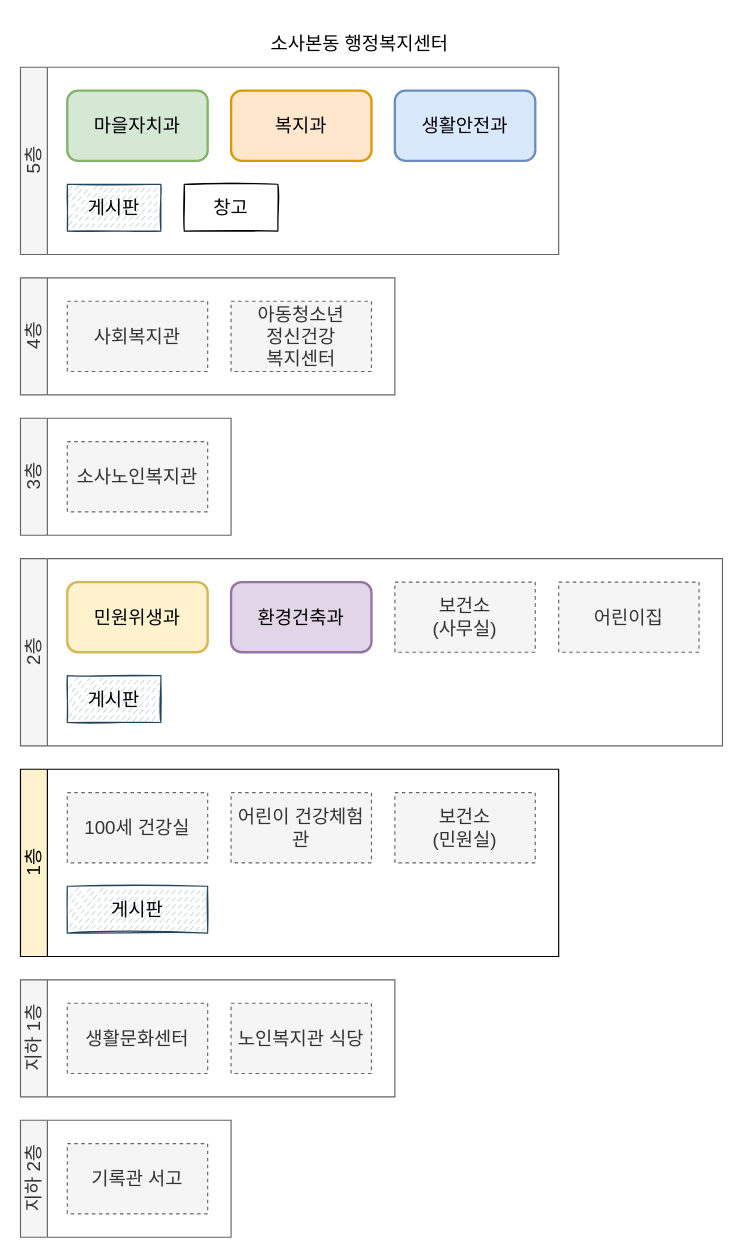
This is 업무.drawio from airtnqls/airtnqls.github.io, a draw.io file, before an edit. Source tidied: cells renumbered, new cells numbered last; positions are measured from the earlier drawing's top-left corner, leaving out a move shared by most shapes. Both pictures are drawn from the tidied source at 117%, with x=0, y=0 at pixel (20, 20).
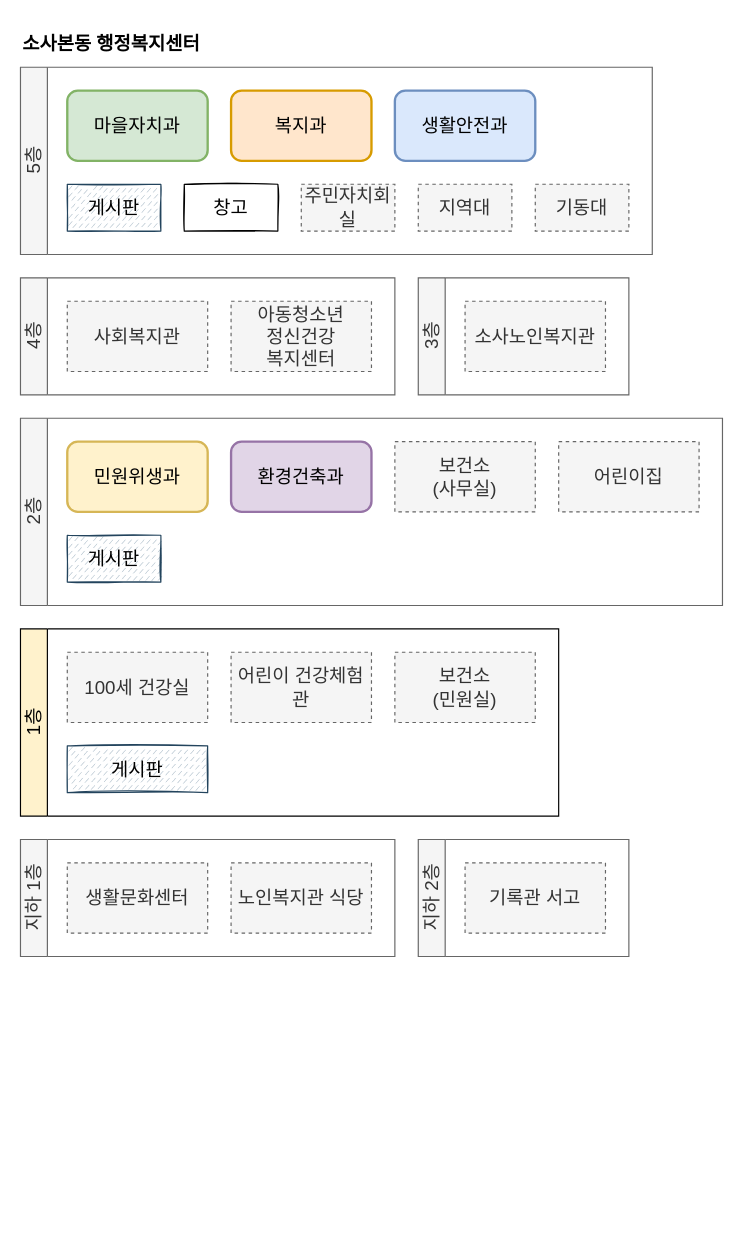
Above is the later version.

Commit message (it also covers changes not shown here):
업무.drawio 업데이트

What changed in the source:
```diff
@@
-    <mxCell id="2" value="소사본동 행정복지센터" style="text;html=1;strokeColor=none;fillColor=none;align=center;verticalAlign=middle;whiteSpace=wrap;rounded=0;fontSize=16;" parent="1" vertex="1">
-      <mxGeometry width="580" height="40" as="geometry" />
+    <mxCell id="2" value="소사본동 행정복지센터" style="text;strokeColor=none;fillColor=none;align=left;verticalAlign=middle;whiteSpace=wrap;rounded=0;fontSize=16;fontStyle=1;labelBorderColor=none;labelBackgroundColor=none;html=1;" parent="1" vertex="1">
+      <mxGeometry width="200" height="40" as="geometry" />
     </mxCell>
     <mxCell id="3" value="&lt;span style=&quot;font-weight: normal;&quot;&gt;5층&lt;/span&gt;" style="swimlane;whiteSpace=wrap;html=1;fontSize=16;fillColor=#f5f5f5;fontColor=#333333;strokeColor=#666666;horizontal=0;" parent="1" vertex="1">
-      <mxGeometry y="40" width="460" height="160" as="geometry" />
+      <mxGeometry y="40" width="540" height="160" as="geometry" />
     </mxCell>
@@
+    <mxCell id="30" value="주민자치회실" style="rounded=0;whiteSpace=wrap;html=1;fontSize=16;strokeWidth=1;sketch=0;fillColor=#f5f5f5;fontColor=#333333;strokeColor=#666666;dashed=1;" parent="3" vertex="1">
+      <mxGeometry x="240" y="100" width="80" height="40" as="geometry" />
+    </mxCell>
+    <mxCell id="31" value="지역대" style="rounded=0;whiteSpace=wrap;html=1;fontSize=16;strokeWidth=1;sketch=0;fillColor=#f5f5f5;fontColor=#333333;strokeColor=#666666;dashed=1;" parent="3" vertex="1">
+      <mxGeometry x="340" y="100" width="80" height="40" as="geometry" />
+    </mxCell>
+    <mxCell id="32" value="기동대" style="rounded=0;whiteSpace=wrap;html=1;fontSize=16;strokeWidth=1;sketch=0;fillColor=#f5f5f5;fontColor=#333333;strokeColor=#666666;dashed=1;" parent="3" vertex="1">
+      <mxGeometry x="440" y="100" width="80" height="40" as="geometry" />
+    </mxCell>
@@
     <mxCell id="12" value="&lt;span style=&quot;font-weight: normal;&quot;&gt;3층&lt;/span&gt;" style="swimlane;whiteSpace=wrap;html=1;fontSize=16;fillColor=#f5f5f5;fontColor=#333333;strokeColor=#666666;horizontal=0;" parent="1" vertex="1">
-      <mxGeometry y="340" width="180" height="100" as="geometry" />
+      <mxGeometry x="340" y="220" width="180" height="100" as="geometry" />
     </mxCell>
@@
     <mxCell id="14" value="&lt;span style=&quot;font-weight: normal;&quot;&gt;2층&lt;/span&gt;" style="swimlane;whiteSpace=wrap;html=1;fontSize=16;fillColor=#f5f5f5;fontColor=#333333;strokeColor=#666666;horizontal=0;" parent="1" vertex="1">
-      <mxGeometry y="460" width="600" height="160" as="geometry" />
+      <mxGeometry y="340" width="600" height="160" as="geometry" />
     </mxCell>
@@
     <mxCell id="20" value="&lt;span style=&quot;font-weight: normal;&quot;&gt;1층&lt;/span&gt;" style="swimlane;whiteSpace=wrap;html=1;fontSize=16;rounded=0;sketch=0;shadow=0;glass=0;swimlaneLine=1;fillColor=#fff2cc;strokeColor=#000000;horizontal=0;" parent="1" vertex="1">
-      <mxGeometry y="640" width="460" height="160" as="geometry" />
+      <mxGeometry y="520" width="460" height="160" as="geometry" />
     </mxCell>
@@
     <mxCell id="25" value="&lt;span style=&quot;font-weight: normal;&quot;&gt;지하 1층&lt;/span&gt;" style="swimlane;whiteSpace=wrap;html=1;fontSize=16;fillColor=#f5f5f5;fontColor=#333333;strokeColor=#666666;horizontal=0;" parent="1" vertex="1">
-      <mxGeometry y="820" width="320" height="100" as="geometry" />
+      <mxGeometry y="700" width="320" height="100" as="geometry" />
     </mxCell>
@@
     <mxCell id="28" value="&lt;span style=&quot;font-weight: normal;&quot;&gt;지하 2층&lt;br&gt;&lt;/span&gt;" style="swimlane;whiteSpace=wrap;html=1;fontSize=16;fillColor=#f5f5f5;fontColor=#333333;strokeColor=#666666;horizontal=0;" parent="1" vertex="1">
-      <mxGeometry y="940" width="180" height="100" as="geometry" />
+      <mxGeometry x="340" y="700" width="180" height="100" as="geometry" />
     </mxCell>
```
